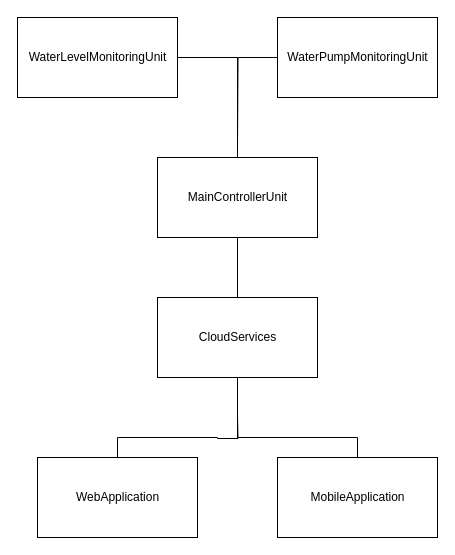
This is notes/ArchitecturalDiagrams.drawio from aniruddhand/ciot-capstone, a draw.io file, before an edit. Source tidied: cells renumbered, new cells numbered last; positions are measured from the earlier drawing's top-left corner, leaving out a move shared by most shapes. Both pictures are drawn from the tidied source at 100%, with x=0, y=0 at pixel (17, 17).
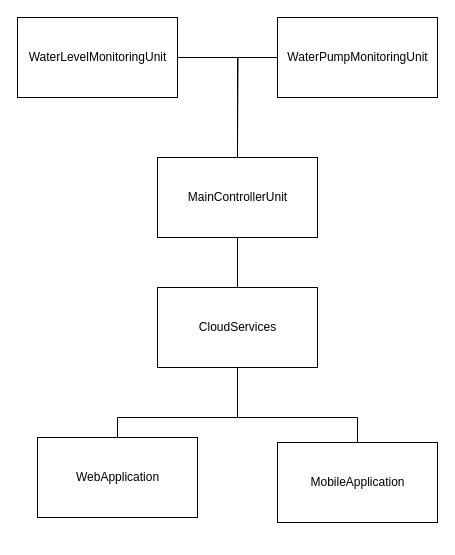
The same page after the edit.

Change to the diagram source:
```diff
@@
 <mxGraphModel>
   <root>
     <mxCell id="0" />
     <mxCell id="1" parent="0" />
     <mxCell id="2" style="edgeStyle=orthogonalEdgeStyle;rounded=0;jettySize=auto;html=1;entryX=0.5;entryY=0;entryDx=0;entryDy=0;endArrow=none;endFill=0;exitX=1;exitY=0.5;exitDx=0;exitDy=0;" parent="1" edge="1" source="3" target="5">
       <mxGeometry relative="1" as="geometry" />
     </mxCell>
     <mxCell id="3" value="WaterLevelMonitoringUnit" style="html=1;" parent="1" vertex="1">
       <mxGeometry width="160" height="80" as="geometry" />
     </mxCell>
     <mxCell id="4" style="edgeStyle=orthogonalEdgeStyle;rounded=0;jettySize=auto;html=1;entryX=0.5;entryY=0;entryDx=0;entryDy=0;endArrow=none;endFill=0;" parent="1" edge="1" source="5" target="6">
       <mxGeometry relative="1" as="geometry" />
     </mxCell>
     <mxCell id="5" value="MainControllerUnit" style="html=1;" parent="1" vertex="1">
       <mxGeometry x="140" y="140" width="160" height="80" as="geometry" />
     </mxCell>
     <mxCell id="6" value="CloudServices" style="html=1;" parent="1" vertex="1">
-      <mxGeometry x="140" y="280" width="160" height="80" as="geometry" />
+      <mxGeometry x="140" y="270" width="160" height="80" as="geometry" />
     </mxCell>
     <mxCell id="7" style="edgeStyle=orthogonalEdgeStyle;rounded=0;jettySize=auto;html=1;exitX=0.5;exitY=0;exitDx=0;exitDy=0;endArrow=none;endFill=0;" parent="1" edge="1" source="8">
       <mxGeometry relative="1" as="geometry">
         <mxPoint x="220" y="400" as="targetPoint" />
+        <Array as="points">
+          <mxPoint x="100" y="400" />
+        </Array>
       </mxGeometry>
     </mxCell>
     <mxCell id="8" value="WebApplication" style="html=1;" parent="1" vertex="1">
-      <mxGeometry x="20" y="440" width="160" height="80" as="geometry" />
+      <mxGeometry x="20" y="420" width="160" height="80" as="geometry" />
     </mxCell>
-    <mxCell id="9" style="edgeStyle=orthogonalEdgeStyle;rounded=0;jettySize=auto;html=1;entryX=0.5;entryY=1;entryDx=0;entryDy=0;endArrow=none;endFill=0;" parent="1" edge="1" source="10" target="6">
+    <mxCell id="9" style="edgeStyle=orthogonalEdgeStyle;rounded=0;jettySize=auto;html=1;entryX=0.5;entryY=1;entryDx=0;entryDy=0;endArrow=none;endFill=0;exitX=0.5;exitY=0;exitDx=0;exitDy=0;" parent="1" edge="1" source="10" target="6">
       <mxGeometry relative="1" as="geometry">
         <Array as="points">
-          <mxPoint x="340" y="420" />
-          <mxPoint x="220" y="420" />
+          <mxPoint x="340" y="400" />
+          <mxPoint x="220" y="400" />
         </Array>
       </mxGeometry>
     </mxCell>
     <mxCell id="10" value="MobileApplication" style="html=1;" parent="1" vertex="1">
-      <mxGeometry x="260" y="440" width="160" height="80" as="geometry" />
+      <mxGeometry x="260" y="425" width="160" height="80" as="geometry" />
     </mxCell>
     <mxCell id="11" style="edgeStyle=orthogonalEdgeStyle;rounded=0;jettySize=auto;html=1;exitX=0;exitY=0.5;exitDx=0;exitDy=0;endArrow=none;endFill=0;" parent="1" edge="1" source="12">
       <mxGeometry relative="1" as="geometry">
         <mxPoint x="220" y="130" as="targetPoint" />
       </mxGeometry>
     </mxCell>
     <mxCell id="12" value="WaterPumpMonitoringUnit" style="html=1;" parent="1" vertex="1">
       <mxGeometry x="260" width="160" height="80" as="geometry" />
     </mxCell>
   </root>
 </mxGraphModel>
```
